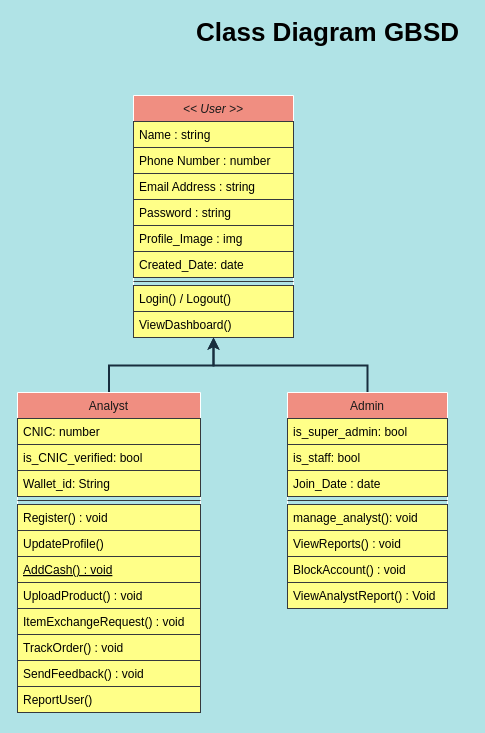
This is class_diagram_GBSD.drawio from mabdulrafea101/sohaib_fyp_docs, a draw.io file, before an edit. Source tidied: cells renumbered, new cells numbered last; positions are measured from the earlier drawing's top-left corner, leaving out a move shared by most shapes. Both pictures are drawn from the tidied source at 100%, with x=0, y=0 at pixel (17, 22).
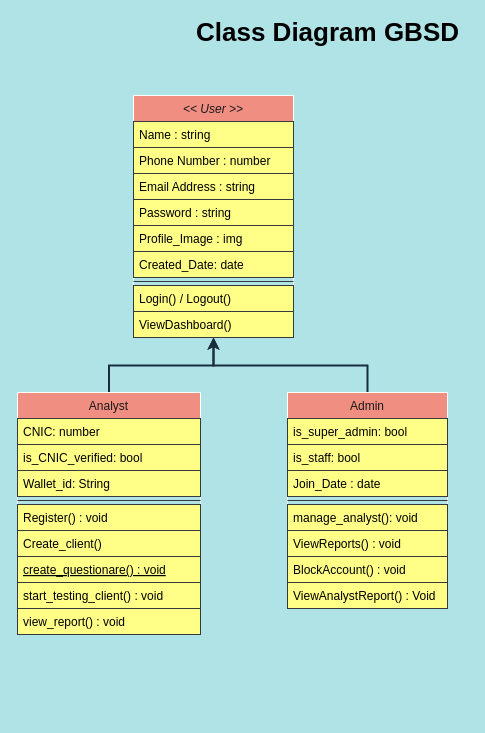
After the change.

Diff of the diagram source:
```diff
@@
     <mxCell id="13" value="Analyst" style="swimlane;fontStyle=0;align=center;verticalAlign=top;horizontal=1;startSize=26;rounded=0;shadow=0;strokeWidth=1;fillColor=#F08E81;strokeColor=#FFFFFF;fontColor=#1A1A1A;" parent="1" vertex="1">
-      <mxGeometry y="370" width="183" height="320" as="geometry" />
+      <mxGeometry y="370" width="183" height="242" as="geometry" />
     </mxCell>
@@
-    <mxCell id="19" value="UpdateProfile()" style="text;align=left;verticalAlign=top;spacingLeft=4;spacingRight=4;overflow=hidden;fillColor=#ffff88;strokeColor=#36393d;" parent="13" vertex="1">
+    <mxCell id="19" value="Create_client()" style="text;align=left;verticalAlign=top;spacingLeft=4;spacingRight=4;overflow=hidden;fillColor=#ffff88;strokeColor=#36393d;" parent="13" vertex="1">
       <mxGeometry y="138" width="183" height="26" as="geometry" />
     </mxCell>
-    <mxCell id="20" value="AddCash() : void" style="text;align=left;verticalAlign=top;spacingLeft=4;spacingRight=4;overflow=hidden;fontStyle=4;fillColor=#ffff88;strokeColor=#36393d;" parent="13" vertex="1">
+    <mxCell id="20" value="create_questionare() : void" style="text;align=left;verticalAlign=top;spacingLeft=4;spacingRight=4;overflow=hidden;fontStyle=4;fillColor=#ffff88;strokeColor=#36393d;" parent="13" vertex="1">
       <mxGeometry y="164" width="183" height="26" as="geometry" />
     </mxCell>
-    <mxCell id="21" value="UploadProduct() : void" style="text;align=left;verticalAlign=top;spacingLeft=4;spacingRight=4;overflow=hidden;fillColor=#ffff88;strokeColor=#36393d;" parent="13" vertex="1">
+    <mxCell id="21" value="start_testing_client() : void" style="text;align=left;verticalAlign=top;spacingLeft=4;spacingRight=4;overflow=hidden;fillColor=#ffff88;strokeColor=#36393d;" parent="13" vertex="1">
       <mxGeometry y="190" width="183" height="26" as="geometry" />
     </mxCell>
-    <mxCell id="22" value="ItemExchangeRequest() : void" style="text;align=left;verticalAlign=top;spacingLeft=4;spacingRight=4;overflow=hidden;fillColor=#ffff88;strokeColor=#36393d;" parent="13" vertex="1">
-      <mxGeometry y="216" width="183" height="26" as="geometry" />
-    </mxCell>
-    <mxCell id="23" value="TrackOrder() : void" style="text;align=left;verticalAlign=top;spacingLeft=4;spacingRight=4;overflow=hidden;fillColor=#ffff88;strokeColor=#36393d;" parent="13" vertex="1">
-      <mxGeometry y="242" width="183" height="26" as="geometry" />
+    <mxCell id="23" value="view_report() : void" style="text;align=left;verticalAlign=top;spacingLeft=4;spacingRight=4;overflow=hidden;fillColor=#ffff88;strokeColor=#36393d;" parent="13" vertex="1">
+      <mxGeometry y="216" width="183" height="26" as="geometry" />
     </mxCell>
-    <mxCell id="24" value="SendFeedback() : void" style="text;align=left;verticalAlign=top;spacingLeft=4;spacingRight=4;overflow=hidden;fillColor=#ffff88;strokeColor=#36393d;" parent="13" vertex="1">
-      <mxGeometry y="268" width="183" height="26" as="geometry" />
-    </mxCell>
-    <mxCell id="25" value="ReportUser()" style="text;align=left;verticalAlign=top;spacingLeft=4;spacingRight=4;overflow=hidden;fillColor=#ffff88;strokeColor=#36393d;" parent="13" vertex="1">
-      <mxGeometry y="294" width="183" height="26" as="geometry" />
-    </mxCell>
```
